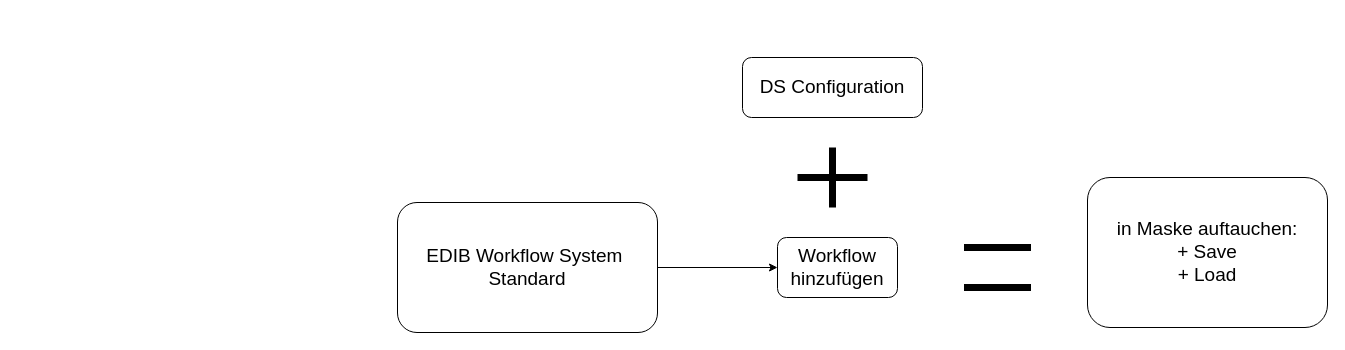
masteryijian/Hallo-World- keeps this draw.io diagram as Save load Diagram.drawio. Above is the earlier version. Source tidied: cells renumbered, new cells numbered last; positions are measured from the earlier drawing's top-left corner, leaving out a move shared by most shapes. Both pictures are drawn from the tidied source at 100%, with x=0, y=0 at pixel (397, 57).
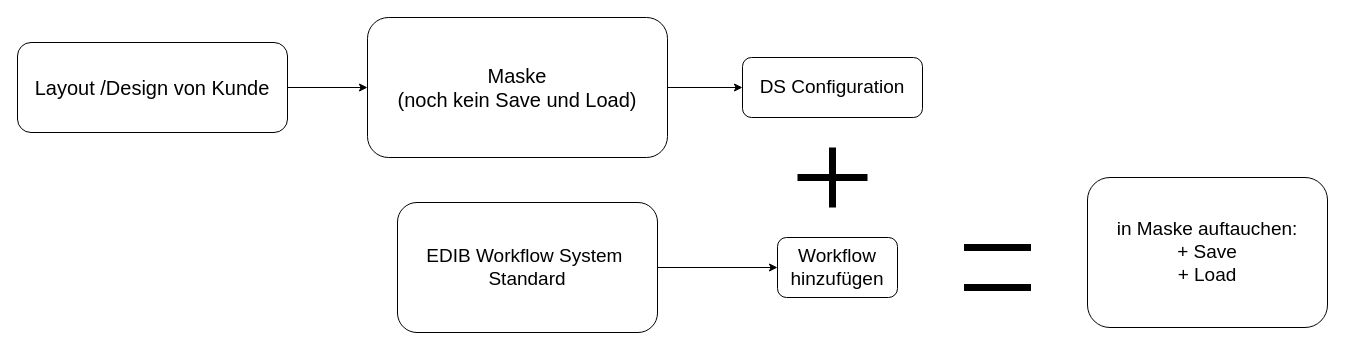
The same diagram, later.

Change to the diagram source:
```diff
@@
 <mxGraphModel>
   <root>
     <mxCell id="0" />
     <mxCell id="1" parent="0" />
     <mxCell id="2" value="in Maske auftauchen:&lt;br style=&quot;font-size: 19px&quot;&gt;+ Save&lt;br style=&quot;font-size: 19px&quot;&gt;+ Load" style="rounded=1;whiteSpace=wrap;html=1;fontSize=19;" parent="1" vertex="1">
       <mxGeometry x="690" y="120" width="240" height="150" as="geometry" />
     </mxCell>
     <mxCell id="3" value="DS Configuration" style="rounded=1;whiteSpace=wrap;html=1;fontSize=19;" parent="1" vertex="1">
       <mxGeometry x="345" width="180" height="60" as="geometry" />
     </mxCell>
     <mxCell id="4" style="shape=cross;whiteSpace=wrap;html=1;fontSize=19;size=0;strokeWidth=7;" parent="1" vertex="1">
       <mxGeometry x="400" y="90" width="70" height="60" as="geometry" />
     </mxCell>
     <mxCell id="5" value="Workflow hinzufügen" style="rounded=1;whiteSpace=wrap;html=1;fontSize=19;" parent="1" vertex="1">
       <mxGeometry x="380" y="180" width="120" height="60" as="geometry" />
     </mxCell>
     <mxCell id="6" style="edgeStyle=orthogonalEdgeStyle;rounded=0;jettySize=auto;html=1;fontSize=19;" parent="1" edge="1" source="7" target="5">
       <mxGeometry relative="1" as="geometry" />
     </mxCell>
     <mxCell id="7" value="EDIB Workflow System&amp;nbsp;&lt;br style=&quot;font-size: 19px;&quot;&gt;Standard" style="rounded=1;whiteSpace=wrap;html=1;fontSize=19;" parent="1" vertex="1">
       <mxGeometry y="145" width="260" height="130" as="geometry" />
     </mxCell>
     <mxCell id="8" style="shape=partialRectangle;whiteSpace=wrap;html=1;top=0;bottom=0;fillColor=none;strokeWidth=7;fontSize=19;rotation=90;" parent="1" vertex="1">
       <mxGeometry x="580" y="180" width="40" height="60" as="geometry" />
     </mxCell>
+    <mxCell id="9" style="edgeStyle=orthogonalEdgeStyle;rounded=0;jettySize=auto;html=1;fontSize=20;" parent="1" edge="1" source="10" target="12">
+      <mxGeometry relative="1" as="geometry" />
+    </mxCell>
+    <mxCell id="10" value="Layout /Design von Kunde" style="rounded=1;whiteSpace=wrap;html=1;fontSize=20;" parent="1" vertex="1">
+      <mxGeometry x="-380" y="-15" width="270" height="90" as="geometry" />
+    </mxCell>
+    <mxCell id="11" style="edgeStyle=orthogonalEdgeStyle;rounded=0;jettySize=auto;html=1;fontSize=20;entryX=0;entryY=0.5;entryDx=0;entryDy=0;" parent="1" edge="1" source="12" target="3">
+      <mxGeometry relative="1" as="geometry" />
+    </mxCell>
+    <mxCell id="12" value="Maske&lt;br&gt;(noch kein Save und Load)" style="rounded=1;whiteSpace=wrap;html=1;fontSize=20;" parent="1" vertex="1">
+      <mxGeometry x="-30" y="-40" width="300" height="140" as="geometry" />
+    </mxCell>
   </root>
 </mxGraphModel>
```
